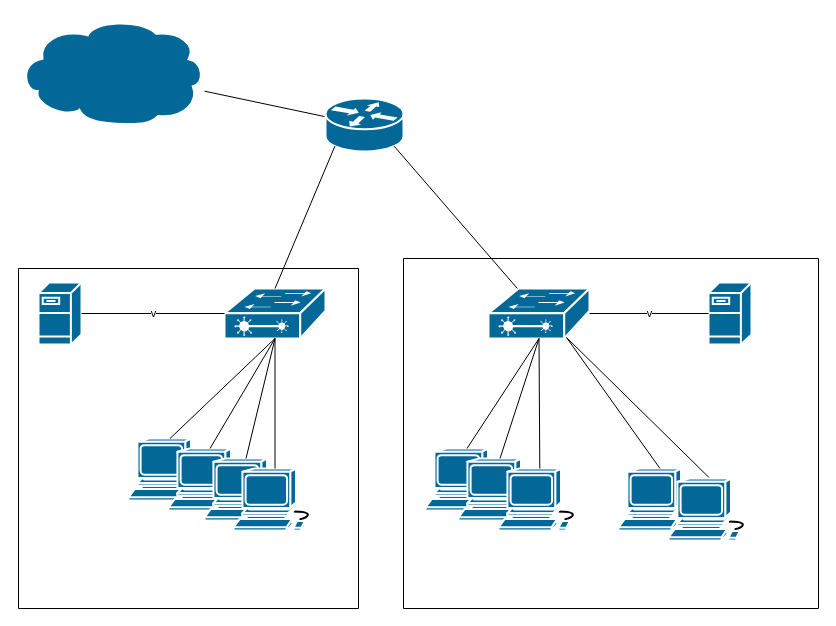
Above: Projects/Mod02_NW1.drawio in w1llmccray342/programming_practice_24 (draw.io), before the change. Source tidied: cells renumbered, new cells numbered last; positions are measured from the earlier drawing's top-left corner, leaving out a move shared by most shapes. Both pictures are drawn from the tidied source at 100%, with x=0, y=0 at pixel (18, 18).
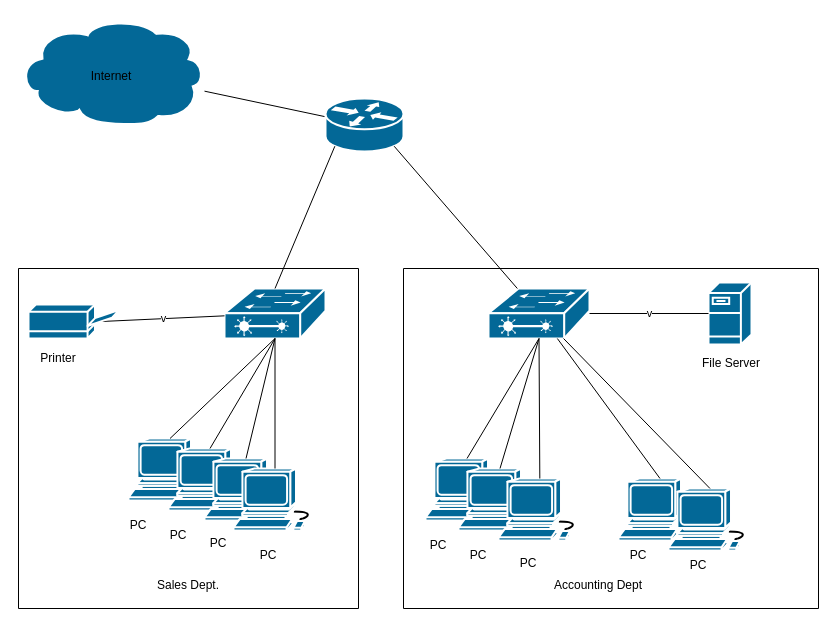
The same page after the edit.

Commit message:
Complete MOD2 Drawing

The change refers to these unchanged cells:
```xml
<mxCell id="5" style="shape=mxgraph.cisco.switches.layer_2_remote_switch;sketch=0;html=1;dashed=0;fillColor=#036897;strokeColor=#ffffff;strokeWidth=2;verticalLabelPosition=bottom;verticalAlign=top;align=center;outlineConnect=0;" parent="1" vertex="1">
  <mxGeometry x="206" y="270" width="101" height="50" as="geometry" />
</mxCell>
<mxCell id="6" style="shape=mxgraph.cisco.switches.layer_2_remote_switch;sketch=0;html=1;dashed=0;fillColor=#036897;strokeColor=#ffffff;strokeWidth=2;verticalLabelPosition=bottom;verticalAlign=top;align=center;outlineConnect=0;" parent="1" vertex="1">
  <mxGeometry x="470" y="270" width="101" height="50" as="geometry" />
</mxCell>
<mxCell id="21" style="swimlane;startSize=0;" parent="1" vertex="1">
  <mxGeometry y="250" width="340" height="340" as="geometry" />
</mxCell>
<mxCell id="24" style="shape=mxgraph.cisco.computers_and_peripherals.workstation;sketch=0;html=1;dashed=0;fillColor=#036897;strokeColor=#ffffff;strokeWidth=2;verticalLabelPosition=bottom;verticalAlign=top;align=center;outlineConnect=0;" parent="22" vertex="1">
  <mxGeometry x="215" y="210" width="83" height="62" as="geometry" />
</mxCell>
<mxCell id="27" style="shape=mxgraph.cisco.computers_and_peripherals.workstation;sketch=0;html=1;dashed=0;fillColor=#036897;strokeColor=#ffffff;strokeWidth=2;verticalLabelPosition=bottom;verticalAlign=top;align=center;outlineConnect=0;" parent="22" vertex="1">
  <mxGeometry x="265" y="220" width="83" height="62" as="geometry" />
</mxCell>
```

Diff of the diagram source:
```diff
@@
-    <mxCell id="10" style="shape=mxgraph.cisco.servers.fileserver;sketch=0;html=1;dashed=0;fillColor=#036897;strokeColor=#ffffff;strokeWidth=2;verticalLabelPosition=bottom;verticalAlign=top;align=center;outlineConnect=0;" parent="1" vertex="1">
-      <mxGeometry x="20" y="264" width="43" height="62" as="geometry" />
-    </mxCell>
@@
-    <mxCell id="12" value="v" style="endArrow=none;html=1;rounded=0;" parent="1" edge="1" source="10" target="5">
+    <mxCell id="12" value="v" style="endArrow=none;html=1;rounded=0;exitX=0.8;exitY=0.5;exitDx=0;exitDy=0;exitPerimeter=0;" parent="1" edge="1" source="39" target="5">
       <mxGeometry relative="1" as="geometry" />
     </mxCell>
@@
+    <mxCell id="33" value="Sales Dept." style="text;html=1;align=center;verticalAlign=middle;whiteSpace=wrap;rounded=0;" parent="21" vertex="1">
+      <mxGeometry x="100" y="302" width="140" height="30" as="geometry" />
+    </mxCell>
+    <mxCell id="34" value="PC" style="text;html=1;align=center;verticalAlign=middle;whiteSpace=wrap;rounded=0;" parent="21" vertex="1">
+      <mxGeometry x="90" y="242" width="60" height="30" as="geometry" />
+    </mxCell>
+    <mxCell id="35" value="PC" style="text;html=1;align=center;verticalAlign=middle;whiteSpace=wrap;rounded=0;" parent="21" vertex="1">
+      <mxGeometry x="130" y="252" width="60" height="30" as="geometry" />
+    </mxCell>
+    <mxCell id="36" value="PC" style="text;html=1;align=center;verticalAlign=middle;whiteSpace=wrap;rounded=0;" parent="21" vertex="1">
+      <mxGeometry x="170" y="260" width="60" height="30" as="geometry" />
+    </mxCell>
+    <mxCell id="37" value="PC" style="text;html=1;align=center;verticalAlign=middle;whiteSpace=wrap;rounded=0;" parent="21" vertex="1">
+      <mxGeometry x="220" y="272" width="60" height="30" as="geometry" />
+    </mxCell>
+    <mxCell id="38" value="&lt;div&gt;Printer&lt;/div&gt;" style="text;html=1;align=center;verticalAlign=middle;whiteSpace=wrap;rounded=0;" parent="21" vertex="1">
+      <mxGeometry x="10" y="75" width="60" height="30" as="geometry" />
+    </mxCell>
+    <mxCell id="39" style="shape=mxgraph.cisco.computers_and_peripherals.printer;sketch=0;html=1;dashed=0;fillColor=#036897;strokeColor=#ffffff;strokeWidth=2;verticalLabelPosition=bottom;verticalAlign=top;align=center;outlineConnect=0;" parent="21" vertex="1">
+      <mxGeometry x="10" y="36" width="91" height="34" as="geometry" />
+    </mxCell>
     <mxCell id="22" style="swimlane;startSize=0;fillColor=default;gradientColor=none;fillStyle=solid;swimlaneLine=1;" parent="1" vertex="1">
-      <mxGeometry x="385" y="240" width="415" height="350" as="geometry" />
+      <mxGeometry x="385" y="250" width="415" height="340" as="geometry" />
     </mxCell>
@@
-    <mxCell id="25" style="endArrow=none;html=1;rounded=0;exitX=0.5;exitY=0;exitDx=0;exitDy=0;exitPerimeter=0;entryX=0.5;entryY=1;entryDx=0;entryDy=0;entryPerimeter=0;" parent="22" edge="1" source="24">
-      <mxGeometry relative="1" as="geometry">
-        <mxPoint x="163" y="79" as="targetPoint" />
-      </mxGeometry>
-    </mxCell>
-    <mxCell id="26" style="endArrow=none;html=1;rounded=0;exitX=0.5;exitY=0;exitDx=0;exitDy=0;exitPerimeter=0;entryX=0.5;entryY=1;entryDx=0;entryDy=0;entryPerimeter=0;" parent="22" edge="1" source="27">
-      <mxGeometry relative="1" as="geometry">
-        <mxPoint x="163" y="79" as="targetPoint" />
-      </mxGeometry>
-    </mxCell>
@@
+    <mxCell id="40" value="Accounting Dept" style="text;html=1;align=center;verticalAlign=middle;whiteSpace=wrap;rounded=0;" parent="22" vertex="1">
+      <mxGeometry x="125" y="302" width="140" height="30" as="geometry" />
+    </mxCell>
+    <mxCell id="41" value="PC" style="text;html=1;align=center;verticalAlign=middle;whiteSpace=wrap;rounded=0;" parent="22" vertex="1">
+      <mxGeometry x="5" y="262" width="60" height="30" as="geometry" />
+    </mxCell>
+    <mxCell id="42" value="PC" style="text;html=1;align=center;verticalAlign=middle;whiteSpace=wrap;rounded=0;" parent="22" vertex="1">
+      <mxGeometry x="45" y="272" width="60" height="30" as="geometry" />
+    </mxCell>
+    <mxCell id="43" value="PC" style="text;html=1;align=center;verticalAlign=middle;whiteSpace=wrap;rounded=0;" parent="22" vertex="1">
+      <mxGeometry x="95" y="280" width="60" height="30" as="geometry" />
+    </mxCell>
+    <mxCell id="44" value="PC" style="text;html=1;align=center;verticalAlign=middle;whiteSpace=wrap;rounded=0;" parent="22" vertex="1">
+      <mxGeometry x="205" y="272" width="60" height="30" as="geometry" />
+    </mxCell>
+    <mxCell id="45" value="PC" style="text;html=1;align=center;verticalAlign=middle;whiteSpace=wrap;rounded=0;" parent="22" vertex="1">
+      <mxGeometry x="265" y="282" width="60" height="30" as="geometry" />
+    </mxCell>
+    <mxCell id="46" value="&lt;div&gt;File Server&lt;/div&gt;" style="text;html=1;align=center;verticalAlign=middle;whiteSpace=wrap;rounded=0;" parent="22" vertex="1">
+      <mxGeometry x="298" y="80" width="60" height="30" as="geometry" />
+    </mxCell>
@@
+    <mxCell id="47" value="Internet&lt;div&gt;&lt;br&gt;&lt;/div&gt;" style="text;html=1;align=center;verticalAlign=middle;whiteSpace=wrap;rounded=0;" parent="1" vertex="1">
+      <mxGeometry x="63" y="50" width="60" height="30" as="geometry" />
+    </mxCell>
+    <mxCell id="26" style="endArrow=none;html=1;rounded=0;exitX=0.5;exitY=0;exitDx=0;exitDy=0;exitPerimeter=0;entryX=0.743;entryY=1;entryDx=0;entryDy=0;entryPerimeter=0;" parent="1" edge="1" source="27" target="6">
+      <mxGeometry relative="1" as="geometry" />
+    </mxCell>
+    <mxCell id="25" style="endArrow=none;html=1;rounded=0;exitX=0.5;exitY=0;exitDx=0;exitDy=0;exitPerimeter=0;" parent="1" edge="1" source="24" target="6">
+      <mxGeometry relative="1" as="geometry" />
+    </mxCell>
```
